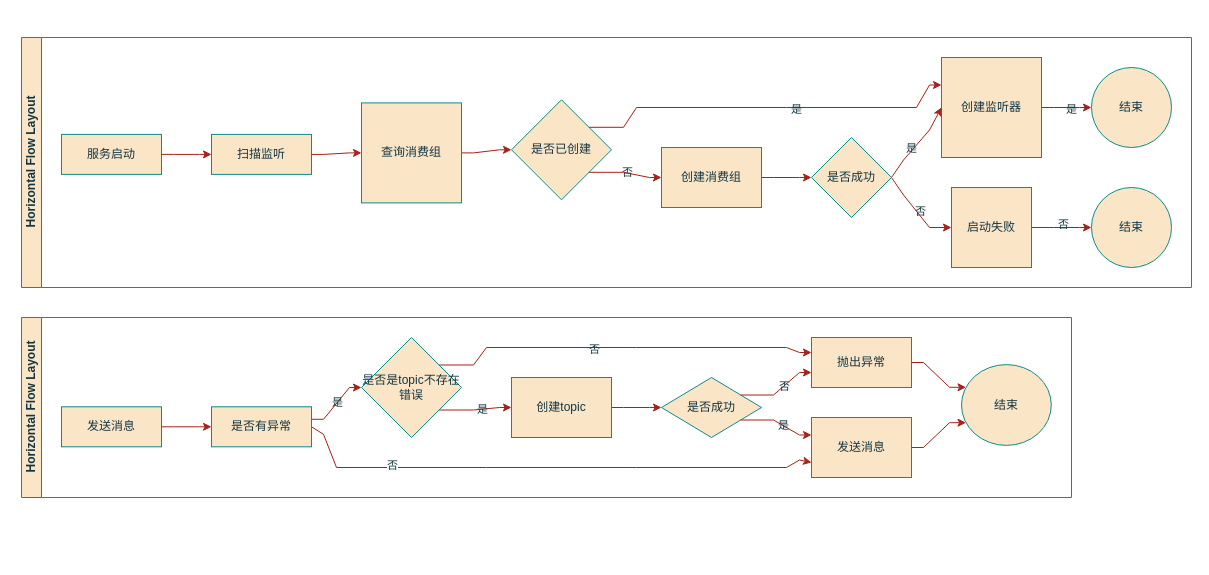
Earlier version of the draw.io diagram 华为云MQ自动创建方案.drawio (demonran/draw-image). Source tidied: cells renumbered, new cells numbered last; positions are measured from the earlier drawing's top-left corner, leaving out a move shared by most shapes. Both pictures are drawn from the tidied source at 100%, with x=0, y=0 at pixel (21, 37).
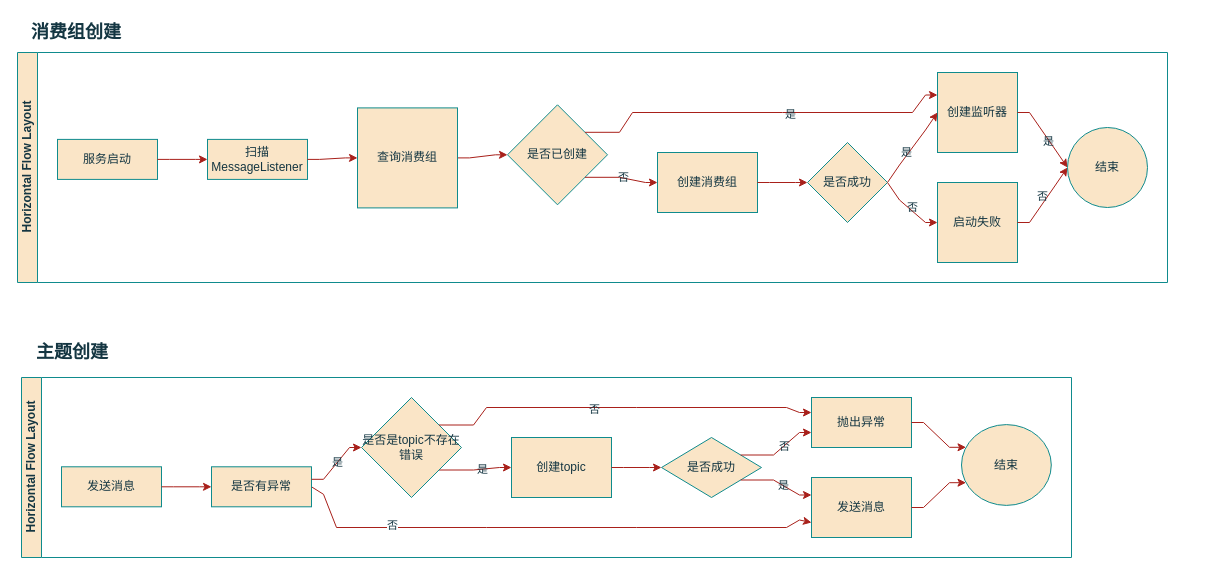
Above is the later version.

Commit message (it also covers changes not shown here):
更新华为云MQ自动创建方案.drawio

What changed in the source:
```diff
@@
     <mxCell id="2" value="Horizontal Flow Layout" style="swimlane;html=1;startSize=20;horizontal=0;flowOrientation=west;interRankCellSpacing=50;containerType=tree;fontSize=12;labelBackgroundColor=none;fillColor=#FAE5C7;strokeColor=#0F8B8D;fontColor=#143642;" parent="1" vertex="1">
-      <mxGeometry width="1170" height="250" as="geometry" />
+      <mxGeometry x="-4" y="15" width="1150" height="230" as="geometry" />
     </mxCell>
     <mxCell id="3" value="服务启动" style="whiteSpace=wrap;html=1;labelBackgroundColor=none;fillColor=#FAE5C7;strokeColor=#0F8B8D;fontColor=#143642;" parent="2" vertex="1">
-      <mxGeometry x="40" y="96.9" width="100" height="40" as="geometry" />
+      <mxGeometry x="40" y="86.9" width="100" height="40" as="geometry" />
     </mxCell>
     <mxCell id="4" style="edgeStyle=orthogonalEdgeStyle;rounded=0;jettySize=auto;html=1;noEdgeStyle=1;orthogonal=1;labelBackgroundColor=none;fontColor=default;strokeColor=#A8201A;" parent="2" edge="1" source="3" target="5">
       <mxGeometry relative="1" as="geometry">
         <Array as="points">
-          <mxPoint x="152" y="116.9" />
-          <mxPoint x="178" y="116.9" />
+          <mxPoint x="152" y="106.9" />
+          <mxPoint x="178" y="106.9" />
         </Array>
       </mxGeometry>
     </mxCell>
-    <mxCell id="5" value="扫描监听" style="whiteSpace=wrap;html=1;labelBackgroundColor=none;fillColor=#FAE5C7;strokeColor=#0F8B8D;fontColor=#143642;" parent="2" vertex="1">
-      <mxGeometry x="190" y="96.9" width="100" height="40" as="geometry" />
+    <mxCell id="5" value="扫描MessageListener" style="whiteSpace=wrap;html=1;labelBackgroundColor=none;fillColor=#FAE5C7;strokeColor=#0F8B8D;fontColor=#143642;" parent="2" vertex="1">
+      <mxGeometry x="190" y="86.9" width="100" height="40" as="geometry" />
     </mxCell>
     <mxCell id="6" style="edgeStyle=orthogonalEdgeStyle;rounded=0;jettySize=auto;html=1;noEdgeStyle=1;orthogonal=1;labelBackgroundColor=none;fontColor=default;strokeColor=#A8201A;" parent="2" edge="1" source="5" target="12">
       <mxGeometry relative="1" as="geometry">
         <Array as="points">
-          <mxPoint x="302" y="116.9" />
-          <mxPoint x="328" y="115.4" />
+          <mxPoint x="302" y="106.9" />
+          <mxPoint x="328" y="105.4" />
         </Array>
       </mxGeometry>
     </mxCell>
     <mxCell id="7" value="是否已创建" style="whiteSpace=wrap;html=1;shape=rhombus;perimeter=rhombusPerimeter;labelBackgroundColor=none;fillColor=#FAE5C7;strokeColor=#0F8B8D;fontColor=#143642;" parent="2" vertex="1">
-      <mxGeometry x="490" y="62.3" width="100" height="100" as="geometry" />
+      <mxGeometry x="490" y="52.3" width="100" height="100" as="geometry" />
     </mxCell>
     <mxCell id="8" style="edgeStyle=orthogonalEdgeStyle;rounded=0;jettySize=auto;html=1;noEdgeStyle=1;orthogonal=1;labelBackgroundColor=none;fontColor=default;strokeColor=#A8201A;" parent="2" edge="1" source="7" target="10">
       <mxGeometry relative="1" as="geometry">
         <Array as="points">
-          <mxPoint x="602" y="89.8" />
-          <mxPoint x="615" y="70" />
-          <mxPoint x="765" y="70" />
-          <mxPoint x="765" y="70" />
-          <mxPoint x="895" y="70" />
-          <mxPoint x="908" y="47.5" />
+          <mxPoint x="602" y="79.8" />
+          <mxPoint x="615" y="60" />
+          <mxPoint x="765" y="60" />
+          <mxPoint x="765" y="60" />
+          <mxPoint x="895" y="60" />
+          <mxPoint x="908" y="42.5" />
         </Array>
       </mxGeometry>
     </mxCell>
@@
     <mxCell id="10" value="创建监听器" style="whiteSpace=wrap;html=1;shape=label;rounded=0;labelBackgroundColor=none;fillColor=#FAE5C7;strokeColor=#0F8B8D;fontColor=#143642;" parent="2" vertex="1">
-      <mxGeometry x="920" y="20" width="100" height="100" as="geometry" />
+      <mxGeometry x="920" y="20" width="80" height="80" as="geometry" />
     </mxCell>
     <mxCell id="11" style="edgeStyle=orthogonalEdgeStyle;rounded=0;jettySize=auto;html=1;noEdgeStyle=1;orthogonal=1;labelBackgroundColor=none;fontColor=default;strokeColor=#A8201A;" parent="2" edge="1" source="12" target="7">
       <mxGeometry relative="1" as="geometry">
         <Array as="points">
-          <mxPoint x="452" y="115.4" />
-          <mxPoint x="478" y="112.3" />
+          <mxPoint x="452" y="105.4" />
+          <mxPoint x="478" y="102.3" />
         </Array>
       </mxGeometry>
     </mxCell>
     <mxCell id="12" value="查询消费组" style="whiteSpace=wrap;html=1;shape=label;rounded=0;labelBackgroundColor=none;fillColor=#FAE5C7;strokeColor=#0F8B8D;fontColor=#143642;" parent="2" vertex="1">
-      <mxGeometry x="340" y="65.4" width="100" height="100" as="geometry" />
+      <mxGeometry x="340" y="55.4" width="100" height="100" as="geometry" />
     </mxCell>
     <mxCell id="13" style="edgeStyle=orthogonalEdgeStyle;rounded=0;jettySize=auto;html=1;noEdgeStyle=1;orthogonal=1;labelBackgroundColor=none;fontColor=default;strokeColor=#A8201A;" parent="2" edge="1" source="7" target="17">
       <mxGeometry relative="1" as="geometry">
         <Array as="points">
-          <mxPoint x="602" y="134.8" />
-          <mxPoint x="628" y="140" />
+          <mxPoint x="602" y="124.8" />
+          <mxPoint x="628" y="130" />
         </Array>
       </mxGeometry>
     </mxCell>
@@
     <mxCell id="15" style="edgeStyle=orthogonalEdgeStyle;rounded=0;jettySize=auto;html=1;exitX=1;exitY=0.5;exitDx=0;exitDy=0;entryX=0;entryY=0.5;entryDx=0;entryDy=0;noEdgeStyle=1;orthogonal=1;labelBackgroundColor=none;fontColor=default;strokeColor=#A8201A;" parent="2" edge="1" source="19" target="10">
       <mxGeometry relative="1" as="geometry">
         <Array as="points">
-          <mxPoint x="882" y="122.5" />
-          <mxPoint x="908" y="92.5" />
+          <mxPoint x="882" y="112.5" />
+          <mxPoint x="908" y="77.5" />
         </Array>
       </mxGeometry>
     </mxCell>
@@
     <mxCell id="17" value="创建消费组" style="whiteSpace=wrap;html=1;shape=label;rounded=0;labelBackgroundColor=none;fillColor=#FAE5C7;strokeColor=#0F8B8D;fontColor=#143642;" parent="2" vertex="1">
-      <mxGeometry x="640" y="110" width="100" height="60" as="geometry" />
+      <mxGeometry x="640" y="100" width="100" height="60" as="geometry" />
     </mxCell>
     <mxCell id="18" style="edgeStyle=orthogonalEdgeStyle;rounded=0;jettySize=auto;html=1;exitX=1;exitY=0.5;exitDx=0;exitDy=0;entryX=0;entryY=0.5;entryDx=0;entryDy=0;noEdgeStyle=1;orthogonal=1;labelBackgroundColor=none;fontColor=default;strokeColor=#A8201A;" parent="2" edge="1" source="17" target="19">
       <mxGeometry relative="1" as="geometry">
         <Array as="points">
-          <mxPoint x="752" y="140" />
-          <mxPoint x="778" y="140" />
+          <mxPoint x="752" y="130" />
+          <mxPoint x="778" y="130" />
         </Array>
       </mxGeometry>
     </mxCell>
     <mxCell id="19" value="是否成功" style="rhombus;whiteSpace=wrap;html=1;labelBackgroundColor=none;fillColor=#FAE5C7;strokeColor=#0F8B8D;fontColor=#143642;" parent="2" vertex="1">
-      <mxGeometry x="790" y="100" width="80" height="80" as="geometry" />
+      <mxGeometry x="790" y="90" width="80" height="80" as="geometry" />
     </mxCell>
-    <mxCell id="20" style="edgeStyle=orthogonalEdgeStyle;rounded=0;jettySize=auto;html=1;noEdgeStyle=1;orthogonal=1;labelBackgroundColor=none;fontColor=default;strokeColor=#A8201A;" parent="2" edge="1" source="10" target="22">
+    <mxCell id="20" style="edgeStyle=orthogonalEdgeStyle;rounded=0;jettySize=auto;html=1;noEdgeStyle=1;orthogonal=1;labelBackgroundColor=none;fontColor=default;strokeColor=#A8201A;entryX=0;entryY=0.5;entryDx=0;entryDy=0;" parent="2" edge="1" source="10" target="28">
       <mxGeometry relative="1" as="geometry">
         <Array as="points">
-          <mxPoint x="1032" y="70" />
-          <mxPoint x="1058" y="70" />
+          <mxPoint x="1012" y="60" />
+          <mxPoint x="1038" y="97.5" />
         </Array>
       </mxGeometry>
     </mxCell>
@@
-    <mxCell id="22" value="结束" style="whiteSpace=wrap;html=1;shape=ellipse;rounded=0;perimeter=ellipsePerimeter;labelBackgroundColor=none;fillColor=#FAE5C7;strokeColor=#0F8B8D;fontColor=#143642;" parent="2" vertex="1">
-      <mxGeometry x="1070" y="30" width="80" height="80" as="geometry" />
-    </mxCell>
     <mxCell id="23" style="edgeStyle=orthogonalEdgeStyle;rounded=0;jettySize=auto;html=1;exitX=1;exitY=0.5;exitDx=0;exitDy=0;entryX=0;entryY=0.5;entryDx=0;entryDy=0;noEdgeStyle=1;orthogonal=1;labelBackgroundColor=none;fontColor=default;strokeColor=#A8201A;" parent="2" edge="1" source="19" target="25">
       <mxGeometry relative="1" as="geometry">
         <Array as="points">
-          <mxPoint x="882" y="157.5" />
-          <mxPoint x="908" y="190" />
+          <mxPoint x="882" y="147.5" />
+          <mxPoint x="908" y="170" />
         </Array>
       </mxGeometry>
     </mxCell>
@@
     <mxCell id="25" value="启动失败" style="whiteSpace=wrap;html=1;rounded=0;labelBackgroundColor=none;fillColor=#FAE5C7;strokeColor=#0F8B8D;fontColor=#143642;" parent="2" vertex="1">
-      <mxGeometry x="930" y="150" width="80" height="80" as="geometry" />
+      <mxGeometry x="920" y="130" width="80" height="80" as="geometry" />
     </mxCell>
     <mxCell id="26" style="edgeStyle=orthogonalEdgeStyle;rounded=0;jettySize=auto;html=1;exitX=1;exitY=0.5;exitDx=0;exitDy=0;entryX=0;entryY=0.5;entryDx=0;entryDy=0;noEdgeStyle=1;orthogonal=1;labelBackgroundColor=none;fontColor=default;strokeColor=#A8201A;" parent="2" edge="1" source="25" target="28">
       <mxGeometry relative="1" as="geometry">
         <Array as="points">
-          <mxPoint x="1032" y="190" />
-          <mxPoint x="1058" y="190" />
+          <mxPoint x="1012" y="170" />
+          <mxPoint x="1038" y="132.5" />
         </Array>
       </mxGeometry>
     </mxCell>
@@
     <mxCell id="28" value="结束" style="whiteSpace=wrap;html=1;rounded=0;shape=ellipse;perimeter=ellipsePerimeter;labelBackgroundColor=none;fillColor=#FAE5C7;strokeColor=#0F8B8D;fontColor=#143642;" parent="2" vertex="1">
-      <mxGeometry x="1070" y="150" width="80" height="80" as="geometry" />
+      <mxGeometry x="1050" y="75" width="80" height="80" as="geometry" />
     </mxCell>
     <mxCell id="29" value="Horizontal Flow Layout" style="swimlane;html=1;startSize=20;horizontal=0;flowOrientation=west;interRankCellSpacing=50;containerType=tree;fontSize=12;labelBackgroundColor=none;fillColor=#FAE5C7;strokeColor=#0F8B8D;fontColor=#143642;" parent="1" vertex="1">
-      <mxGeometry y="280" width="1050" height="180" as="geometry" />
+      <mxGeometry y="340" width="1050" height="180" as="geometry" />
     </mxCell>
@@
+    <mxCell id="54" value="&lt;b&gt;&lt;font style=&quot;font-size: 18px;&quot;&gt;消费组创建&lt;/font&gt;&lt;/b&gt;" style="text;html=1;strokeColor=none;fillColor=none;align=center;verticalAlign=middle;whiteSpace=wrap;rounded=0;fontColor=#143642;" parent="1" vertex="1">
+      <mxGeometry y="-20" width="110" height="30" as="geometry" />
+    </mxCell>
+    <mxCell id="55" value="&lt;b&gt;&lt;font style=&quot;font-size: 18px;&quot;&gt;主题创建&lt;/font&gt;&lt;/b&gt;" style="text;html=1;strokeColor=none;fillColor=none;align=center;verticalAlign=middle;whiteSpace=wrap;rounded=0;fontColor=#143642;" parent="1" vertex="1">
+      <mxGeometry x="-4" y="300" width="110" height="30" as="geometry" />
+    </mxCell>
```
